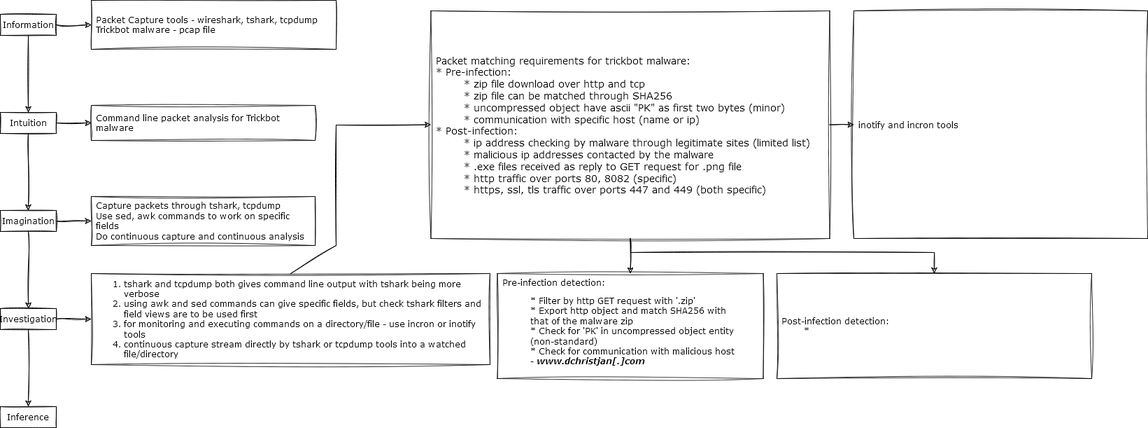
This is Chart.png from Nobel-CS/packet_testing, a draw.io export, as it was before one commit. Source tidied: cells renumbered, new cells last; positions are measured from the earlier drawing's top-left corner, leaving out a move shared by most shapes.
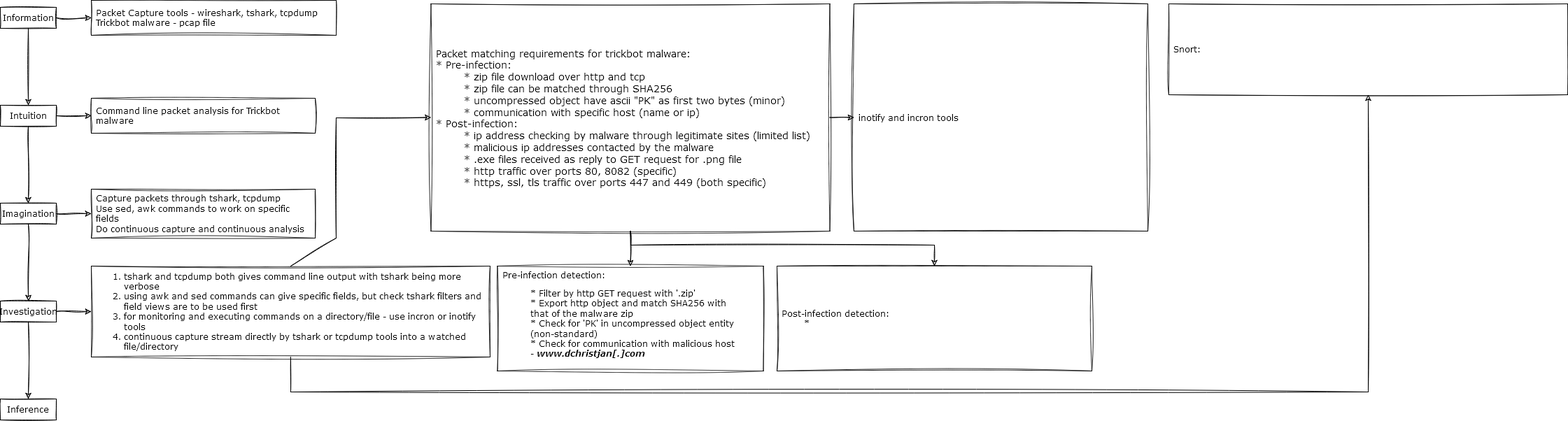
The same file after the commit.

Diff of the diagram source:
```diff
@@ -42,7 +42,7 @@
       <mxGeometry y="580" width="80" height="30" as="geometry" />
     </mxCell>
     <mxCell id="15" value="&lt;div&gt;Packet Capture tools - wireshark, tshark, tcpdump&lt;/div&gt;&lt;div&gt;Trickbot malware - pcap file&lt;br&gt;&lt;/div&gt;" style="text;html=1;strokeColor=default;fillColor=none;align=left;verticalAlign=middle;whiteSpace=wrap;rounded=0;sketch=1;hachureGap=4;jiggle=2;fontFamily=Verdana;fontSize=12;dashed=1;dashPattern=1 1;spacingLeft=5;" parent="1" vertex="1">
-      <mxGeometry x="130" width="350" height="70" as="geometry" />
+      <mxGeometry x="130" y="10" width="350" height="50" as="geometry" />
     </mxCell>
     <mxCell id="16" value="Command line packet analysis for Trickbot malware" style="text;html=1;strokeColor=default;fillColor=none;align=left;verticalAlign=middle;whiteSpace=wrap;rounded=0;sketch=1;hachureGap=4;jiggle=2;fontFamily=Verdana;fontSize=12;dashed=1;dashPattern=1 1;spacingLeft=5;" parent="1" vertex="1">
       <mxGeometry x="130" y="150" width="320" height="50" as="geometry" />
@@ -58,6 +58,14 @@
         </Array>
       </mxGeometry>
     </mxCell>
+    <mxCell id="27" style="edgeStyle=none;rounded=0;sketch=1;jettySize=auto;html=1;exitX=0.5;exitY=1;exitDx=0;exitDy=0;fontSize=18;" parent="1" edge="1" source="19" target="28">
+      <mxGeometry relative="1" as="geometry">
+        <Array as="points">
+          <mxPoint x="415" y="570" />
+          <mxPoint x="1955" y="570" />
+        </Array>
+      </mxGeometry>
+    </mxCell>
     <mxCell id="19" value="&lt;ol&gt;&lt;li&gt;tshark and tcpdump both gives command line output with tshark being more verbose&lt;/li&gt;&lt;li&gt;using awk and sed commands can give specific fields, but check tshark filters and field views are to be used first&lt;br&gt;&lt;/li&gt;&lt;li&gt;for monitoring and executing commands on a directory/file - use incron or inotify tools&lt;/li&gt;&lt;li&gt;continuous capture stream directly by tshark or tcpdump tools into a watched file/directory&lt;br&gt;&lt;/li&gt;&lt;/ol&gt;" style="text;html=1;strokeColor=default;fillColor=none;align=left;verticalAlign=middle;whiteSpace=wrap;rounded=0;sketch=1;hachureGap=4;jiggle=2;fontFamily=Verdana;fontSize=12;dashed=1;dashPattern=1 1;spacingLeft=5;" parent="1" vertex="1">
       <mxGeometry x="130" y="390" width="570" height="130" as="geometry" />
     </mxCell>
@@ -87,5 +95,8 @@
     <mxCell id="26" value="inotify and incron tools" style="text;html=1;strokeColor=default;fillColor=none;align=left;verticalAlign=middle;whiteSpace=wrap;rounded=0;sketch=1;hachureGap=4;jiggle=2;fontFamily=Verdana;fontSize=12;dashed=1;dashPattern=1 1;spacingLeft=5;glass=0;" parent="1" vertex="1">
       <mxGeometry x="1220" y="15" width="420" height="325" as="geometry" />
     </mxCell>
+    <mxCell id="28" value="Snort:" style="text;html=1;strokeColor=default;fillColor=none;align=left;verticalAlign=middle;whiteSpace=wrap;rounded=0;sketch=1;hachureGap=4;jiggle=2;fontFamily=Verdana;fontSize=12;dashed=1;dashPattern=1 1;spacingLeft=5;glass=0;" parent="1" vertex="1">
+      <mxGeometry x="1670" y="15" width="570" height="130" as="geometry" />
+    </mxCell>
   </root>
 </mxGraphModel>
```
